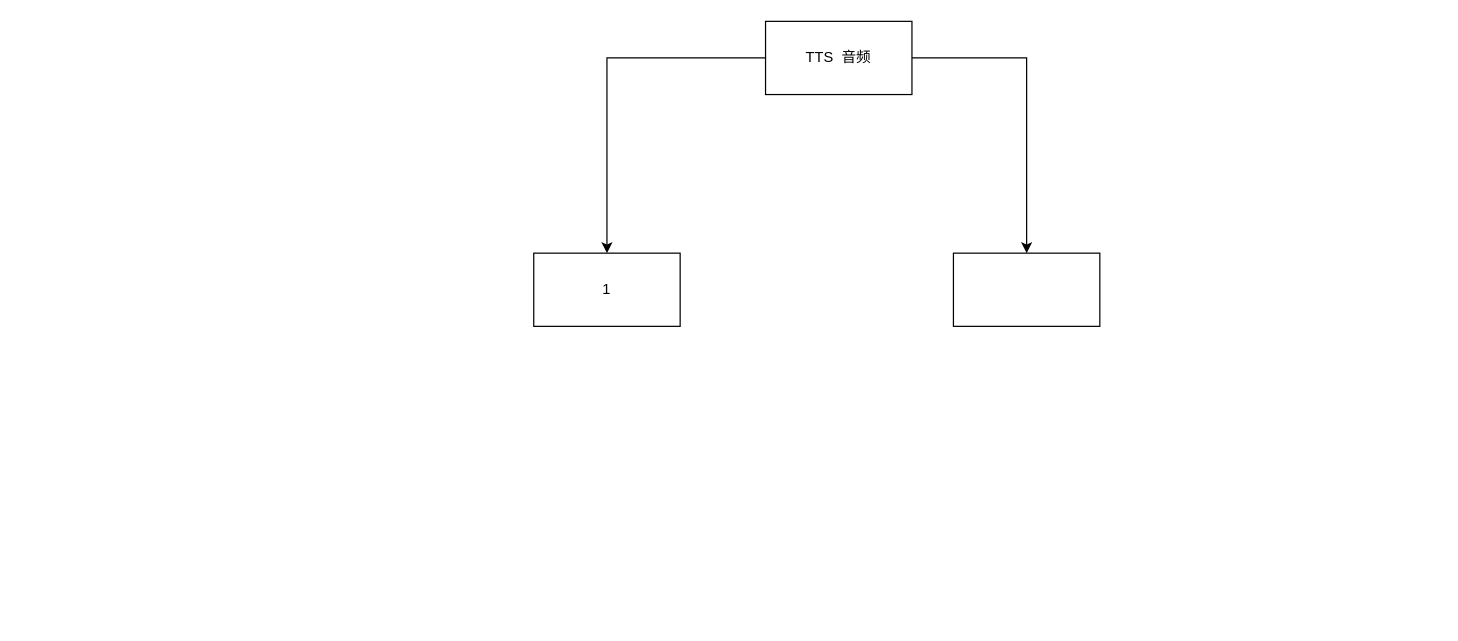
This is page "TTS" (9 of 9) of GT/GT.drawio from xzp3094997376/DrawIO, a draw.io file, before an edit. Source tidied: cells renumbered, new cells numbered last; positions are measured from the earlier drawing's top-left corner, leaving out a move shared by most shapes. Both pictures are drawn from the tidied source at 122%, with x=0, y=0 at pixel (533, 21).
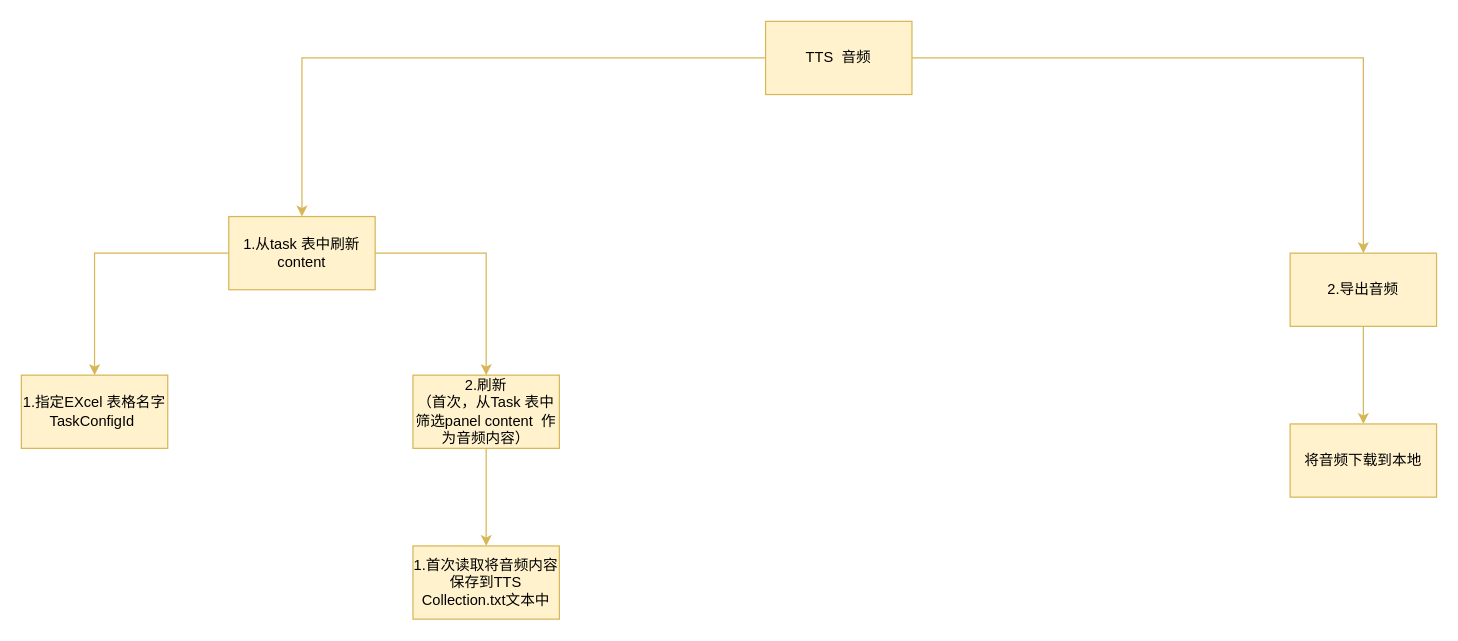
The same diagram, later.

What changed in the source:
```diff
@@
 <mxGraphModel>
   <root>
     <mxCell id="0" />
     <mxCell id="1" parent="0" />
-    <mxCell id="2" style="edgeStyle=orthogonalEdgeStyle;rounded=0;jettySize=auto;html=1;" parent="1" edge="1" source="4" target="5">
+    <mxCell id="2" style="edgeStyle=orthogonalEdgeStyle;rounded=0;jettySize=auto;html=1;fillColor=#fff2cc;strokeColor=#d6b656;" parent="1" edge="1" source="4" target="5">
       <mxGeometry relative="1" as="geometry" />
     </mxCell>
-    <mxCell id="3" style="edgeStyle=orthogonalEdgeStyle;rounded=0;jettySize=auto;html=1;" parent="1" edge="1" source="4" target="6">
+    <mxCell id="3" style="edgeStyle=orthogonalEdgeStyle;rounded=0;jettySize=auto;html=1;fillColor=#fff2cc;strokeColor=#d6b656;" parent="1" edge="1" source="4" target="6">
       <mxGeometry relative="1" as="geometry" />
     </mxCell>
-    <mxCell id="4" value="TTS&amp;nbsp; 音频" style="whiteSpace=wrap;html=1;" parent="1" vertex="1">
+    <mxCell id="4" value="TTS&amp;nbsp; 音频" style="whiteSpace=wrap;html=1;fillColor=#fff2cc;strokeColor=#d6b656;" parent="1" vertex="1">
       <mxGeometry x="190" width="120" height="60" as="geometry" />
     </mxCell>
+    <mxCell id="7" style="edgeStyle=orthogonalEdgeStyle;rounded=0;jettySize=auto;html=1;fillColor=#fff2cc;strokeColor=#d6b656;" parent="1" edge="1" source="5" target="10">
+      <mxGeometry relative="1" as="geometry" />
+    </mxCell>
+    <mxCell id="8" style="edgeStyle=orthogonalEdgeStyle;rounded=0;jettySize=auto;html=1;fillColor=#fff2cc;strokeColor=#d6b656;" parent="1" edge="1" source="5" target="12">
+      <mxGeometry relative="1" as="geometry" />
+    </mxCell>
-    <mxCell id="5" value="1" style="whiteSpace=wrap;html=1;" parent="1" vertex="1">
-      <mxGeometry y="190" width="120" height="60" as="geometry" />
+    <mxCell id="5" value="1.从task 表中刷新content" style="whiteSpace=wrap;html=1;fillColor=#fff2cc;strokeColor=#d6b656;" parent="1" vertex="1">
+      <mxGeometry x="-250" y="160" width="120" height="60" as="geometry" />
     </mxCell>
+    <mxCell id="9" style="edgeStyle=orthogonalEdgeStyle;rounded=0;jettySize=auto;html=1;fillColor=#fff2cc;strokeColor=#d6b656;" parent="1" edge="1" source="6" target="14">
+      <mxGeometry relative="1" as="geometry" />
+    </mxCell>
-    <mxCell id="6" style="whiteSpace=wrap;html=1;" parent="1" vertex="1">
-      <mxGeometry x="344" y="190" width="120" height="60" as="geometry" />
+    <mxCell id="6" value="2.导出音频" style="whiteSpace=wrap;html=1;fillColor=#fff2cc;strokeColor=#d6b656;" parent="1" vertex="1">
+      <mxGeometry x="620" y="190" width="120" height="60" as="geometry" />
     </mxCell>
+    <mxCell id="10" value="1.指定EXcel 表格名字TaskConfigId&amp;nbsp;" style="whiteSpace=wrap;html=1;fillColor=#fff2cc;strokeColor=#d6b656;" parent="1" vertex="1">
+      <mxGeometry x="-420" y="290" width="120" height="60" as="geometry" />
+    </mxCell>
+    <mxCell id="11" style="edgeStyle=orthogonalEdgeStyle;rounded=0;jettySize=auto;html=1;fillColor=#fff2cc;strokeColor=#d6b656;" parent="1" edge="1" source="12" target="13">
+      <mxGeometry relative="1" as="geometry" />
+    </mxCell>
+    <mxCell id="12" value="2.刷新&lt;br&gt;（首次，从Task 表中筛选panel content&amp;nbsp; 作为音频内容）" style="whiteSpace=wrap;html=1;fillColor=#fff2cc;strokeColor=#d6b656;" parent="1" vertex="1">
+      <mxGeometry x="-99" y="290" width="120" height="60" as="geometry" />
+    </mxCell>
+    <mxCell id="13" value="1.首次读取将音频内容保存到TTS Collection.txt文本中" style="whiteSpace=wrap;html=1;fillColor=#fff2cc;strokeColor=#d6b656;" parent="1" vertex="1">
+      <mxGeometry x="-99" y="430" width="120" height="60" as="geometry" />
+    </mxCell>
+    <mxCell id="14" value="将音频下载到本地" style="whiteSpace=wrap;html=1;fillColor=#fff2cc;strokeColor=#d6b656;" parent="1" vertex="1">
+      <mxGeometry x="620" y="330" width="120" height="60" as="geometry" />
+    </mxCell>
   </root>
 </mxGraphModel>
```
